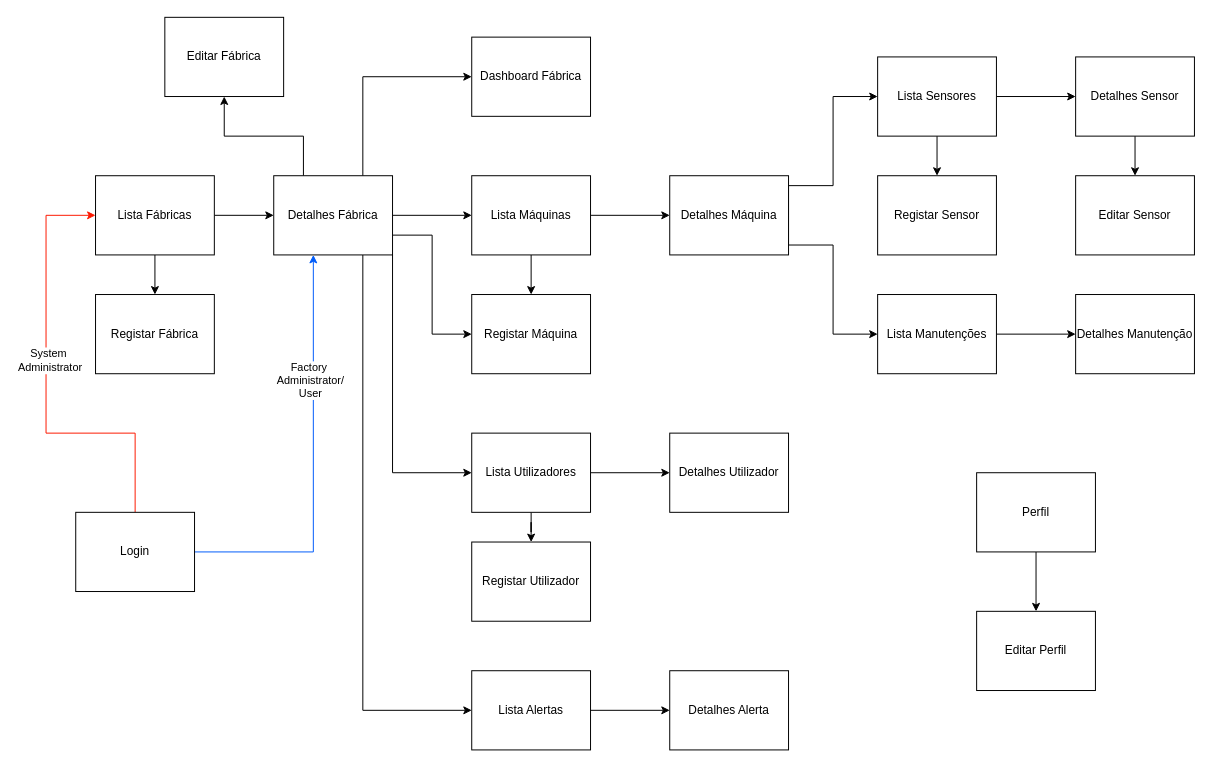
Above: Untitled Diagram.drawio in Rodrigo-Tiago/Rodrigo-Tiago (draw.io), before the change. Source tidied: cells renumbered, new cells numbered last; positions are measured from the earlier drawing's top-left corner, leaving out a move shared by most shapes. Both pictures are drawn from the tidied source at 99%, with x=0, y=0 at pixel (46, 17).
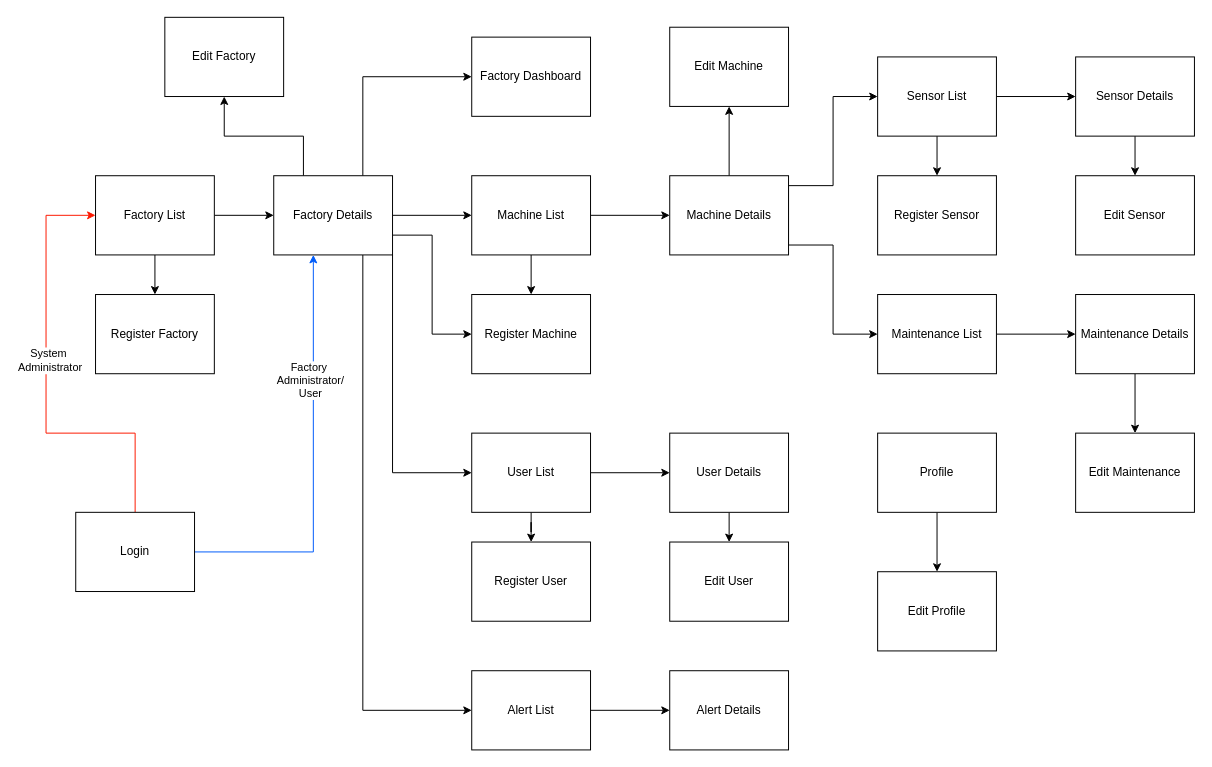
The same page after the edit.

The edit, as a diff of the source:
```diff
@@
-    <mxCell id="4" value="Lista Fábricas" style="rounded=0;whiteSpace=wrap;html=1;" parent="1" vertex="1">
+    <mxCell id="4" value="Factory List" style="rounded=0;whiteSpace=wrap;html=1;" parent="1" vertex="1">
       <mxGeometry x="50" y="160" width="120" height="80" as="geometry" />
     </mxCell>
@@
-    <mxCell id="11" value="Detalhes Fábrica" style="rounded=0;whiteSpace=wrap;html=1;" parent="1" vertex="1">
+    <mxCell id="11" value="Factory Details" style="rounded=0;whiteSpace=wrap;html=1;" parent="1" vertex="1">
       <mxGeometry x="230" y="160" width="120" height="80" as="geometry" />
     </mxCell>
-    <mxCell id="12" value="Registar Fábrica" style="rounded=0;whiteSpace=wrap;html=1;" parent="1" vertex="1">
+    <mxCell id="12" value="Register Factory" style="rounded=0;whiteSpace=wrap;html=1;" parent="1" vertex="1">
       <mxGeometry x="50" y="280" width="120" height="80" as="geometry" />
     </mxCell>
-    <mxCell id="13" value="Editar Fábrica" style="rounded=0;whiteSpace=wrap;html=1;" parent="1" vertex="1">
+    <mxCell id="13" value="Edit Factory" style="rounded=0;whiteSpace=wrap;html=1;" parent="1" vertex="1">
       <mxGeometry x="120" width="120" height="80" as="geometry" />
     </mxCell>
-    <mxCell id="14" value="Dashboard Fábrica" style="rounded=0;whiteSpace=wrap;html=1;" parent="1" vertex="1">
+    <mxCell id="14" value="Factory Dashboard" style="rounded=0;whiteSpace=wrap;html=1;" parent="1" vertex="1">
       <mxGeometry x="430" y="20" width="120" height="80" as="geometry" />
     </mxCell>
@@
-    <mxCell id="17" value="Lista Máquinas" style="rounded=0;whiteSpace=wrap;html=1;" parent="1" vertex="1">
+    <mxCell id="17" value="Machine List" style="rounded=0;whiteSpace=wrap;html=1;" parent="1" vertex="1">
       <mxGeometry x="430" y="160" width="120" height="80" as="geometry" />
     </mxCell>
-    <mxCell id="18" value="Registar Máquina" style="rounded=0;whiteSpace=wrap;html=1;" parent="1" vertex="1">
+    <mxCell id="18" value="Register Machine" style="rounded=0;whiteSpace=wrap;html=1;" parent="1" vertex="1">
       <mxGeometry x="430" y="280" width="120" height="80" as="geometry" />
     </mxCell>
@@
-    <mxCell id="21" value="Lista Sensores" style="rounded=0;whiteSpace=wrap;html=1;" parent="1" vertex="1">
+    <mxCell id="21" value="Sensor List" style="rounded=0;whiteSpace=wrap;html=1;" parent="1" vertex="1">
       <mxGeometry x="840" y="40" width="120" height="80" as="geometry" />
     </mxCell>
@@
-    <mxCell id="23" value="Detalhes Sensor" style="rounded=0;whiteSpace=wrap;html=1;" parent="1" vertex="1">
+    <mxCell id="23" value="Sensor Details" style="rounded=0;whiteSpace=wrap;html=1;" parent="1" vertex="1">
       <mxGeometry x="1040" y="40" width="120" height="80" as="geometry" />
     </mxCell>
-    <mxCell id="24" value="Editar Sensor" style="rounded=0;whiteSpace=wrap;html=1;" parent="1" vertex="1">
+    <mxCell id="24" value="Edit Sensor" style="rounded=0;whiteSpace=wrap;html=1;" parent="1" vertex="1">
       <mxGeometry x="1040" y="160" width="120" height="80" as="geometry" />
     </mxCell>
-    <mxCell id="25" value="Registar Sensor" style="rounded=0;whiteSpace=wrap;html=1;" parent="1" vertex="1">
+    <mxCell id="25" value="Register Sensor" style="rounded=0;whiteSpace=wrap;html=1;" parent="1" vertex="1">
       <mxGeometry x="840" y="160" width="120" height="80" as="geometry" />
     </mxCell>
@@
-    <mxCell id="28" value="Lista Utilizadores" style="rounded=0;whiteSpace=wrap;html=1;" parent="1" vertex="1">
+    <mxCell id="28" value="User List" style="rounded=0;whiteSpace=wrap;html=1;" parent="1" vertex="1">
       <mxGeometry x="430" y="420" width="120" height="80" as="geometry" />
     </mxCell>
-    <mxCell id="29" value="&lt;div&gt;Lista Alertas&lt;/div&gt;" style="rounded=0;whiteSpace=wrap;html=1;" parent="1" vertex="1">
+    <mxCell id="29" value="Alert List" style="rounded=0;whiteSpace=wrap;html=1;" parent="1" vertex="1">
       <mxGeometry x="430" y="660" width="120" height="80" as="geometry" />
     </mxCell>
+    <mxCell id="48" style="edgeStyle=orthogonalEdgeStyle;rounded=0;jettySize=auto;html=1;exitX=0.5;exitY=1;exitDx=0;exitDy=0;entryX=0.5;entryY=0;entryDx=0;entryDy=0;" parent="1" edge="1" source="30" target="53">
+      <mxGeometry relative="1" as="geometry" />
+    </mxCell>
-    <mxCell id="30" value="Detalhes Utilizador" style="rounded=0;whiteSpace=wrap;html=1;" parent="1" vertex="1">
+    <mxCell id="30" value="User Details" style="rounded=0;whiteSpace=wrap;html=1;" parent="1" vertex="1">
       <mxGeometry x="630" y="420" width="120" height="80" as="geometry" />
     </mxCell>
-    <mxCell id="31" value="Registar Utilizador" style="rounded=0;whiteSpace=wrap;html=1;" parent="1" vertex="1">
+    <mxCell id="31" value="Register User" style="rounded=0;whiteSpace=wrap;html=1;" parent="1" vertex="1">
       <mxGeometry x="430" y="530" width="120" height="80" as="geometry" />
     </mxCell>
@@
-    <mxCell id="33" value="Lista Manutenções" style="rounded=0;whiteSpace=wrap;html=1;" parent="1" vertex="1">
+    <mxCell id="33" value="Maintenance List" style="rounded=0;whiteSpace=wrap;html=1;" parent="1" vertex="1">
       <mxGeometry x="840" y="280" width="120" height="80" as="geometry" />
     </mxCell>
+    <mxCell id="49" style="edgeStyle=orthogonalEdgeStyle;rounded=0;jettySize=auto;html=1;exitX=0.5;exitY=1;exitDx=0;exitDy=0;entryX=0.5;entryY=0;entryDx=0;entryDy=0;" parent="1" edge="1" source="34" target="52">
+      <mxGeometry relative="1" as="geometry" />
+    </mxCell>
-    <mxCell id="34" value="Detalhes Manutenção" style="rounded=0;whiteSpace=wrap;html=1;" parent="1" vertex="1">
+    <mxCell id="34" value="Maintenance Details" style="rounded=0;whiteSpace=wrap;html=1;" parent="1" vertex="1">
       <mxGeometry x="1040" y="280" width="120" height="80" as="geometry" />
     </mxCell>
@@
-    <mxCell id="36" value="Perfil" style="rounded=0;whiteSpace=wrap;html=1;" parent="1" vertex="1">
-      <mxGeometry x="940" y="460" width="120" height="80" as="geometry" />
+    <mxCell id="36" value="Profile" style="rounded=0;whiteSpace=wrap;html=1;" parent="1" vertex="1">
+      <mxGeometry x="840" y="420" width="120" height="80" as="geometry" />
     </mxCell>
-    <mxCell id="37" value="Editar Perfil" style="rounded=0;whiteSpace=wrap;html=1;" parent="1" vertex="1">
-      <mxGeometry x="940" y="600" width="120" height="80" as="geometry" />
+    <mxCell id="37" value="Edit Profile" style="rounded=0;whiteSpace=wrap;html=1;" parent="1" vertex="1">
+      <mxGeometry x="840" y="560" width="120" height="80" as="geometry" />
     </mxCell>
@@
+    <mxCell id="50" style="edgeStyle=orthogonalEdgeStyle;rounded=0;jettySize=auto;html=1;exitX=0.5;exitY=0;exitDx=0;exitDy=0;" parent="1" edge="1" source="40" target="51">
+      <mxGeometry relative="1" as="geometry" />
+    </mxCell>
-    <mxCell id="40" value="Detalhes Máquina" style="rounded=0;whiteSpace=wrap;html=1;" parent="1" vertex="1">
+    <mxCell id="40" value="Machine Details" style="rounded=0;whiteSpace=wrap;html=1;" parent="1" vertex="1">
       <mxGeometry x="630" y="160" width="120" height="80" as="geometry" />
     </mxCell>
-    <mxCell id="41" value="&lt;div&gt;Detalhes Alerta&lt;/div&gt;" style="rounded=0;whiteSpace=wrap;html=1;" parent="1" vertex="1">
+    <mxCell id="41" value="Alert Details" style="rounded=0;whiteSpace=wrap;html=1;" parent="1" vertex="1">
       <mxGeometry x="630" y="660" width="120" height="80" as="geometry" />
     </mxCell>
@@
+    <mxCell id="51" value="Edit Machine" style="rounded=0;whiteSpace=wrap;html=1;" parent="1" vertex="1">
+      <mxGeometry x="630" y="10" width="120" height="80" as="geometry" />
+    </mxCell>
+    <mxCell id="52" value="Edit Maintenance" style="rounded=0;whiteSpace=wrap;html=1;" parent="1" vertex="1">
+      <mxGeometry x="1040" y="420" width="120" height="80" as="geometry" />
+    </mxCell>
+    <mxCell id="53" value="Edit User" style="rounded=0;whiteSpace=wrap;html=1;" parent="1" vertex="1">
+      <mxGeometry x="630" y="530" width="120" height="80" as="geometry" />
+    </mxCell>
```
